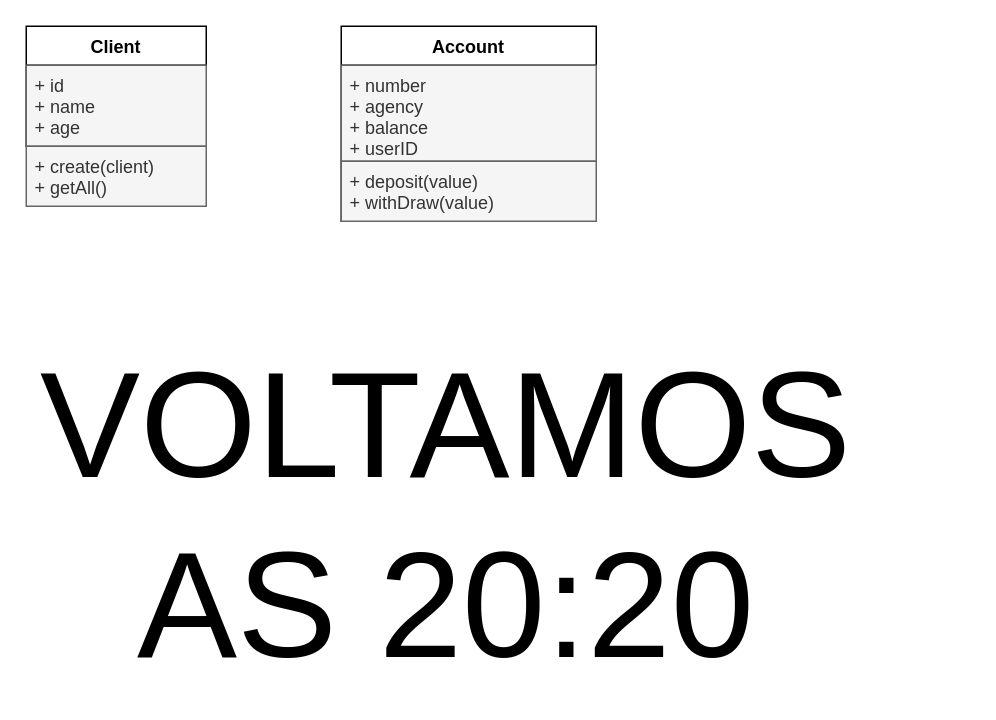
Earlier version of the draw.io diagram diagrams/driven-bank.drawio (T07-Driven/driven-bank). Source tidied: cells renumbered, new cells numbered last; positions are measured from the earlier drawing's top-left corner, leaving out a move shared by most shapes. Both pictures are drawn from the tidied source at 150%, with x=0, y=0 at pixel (26, 26).
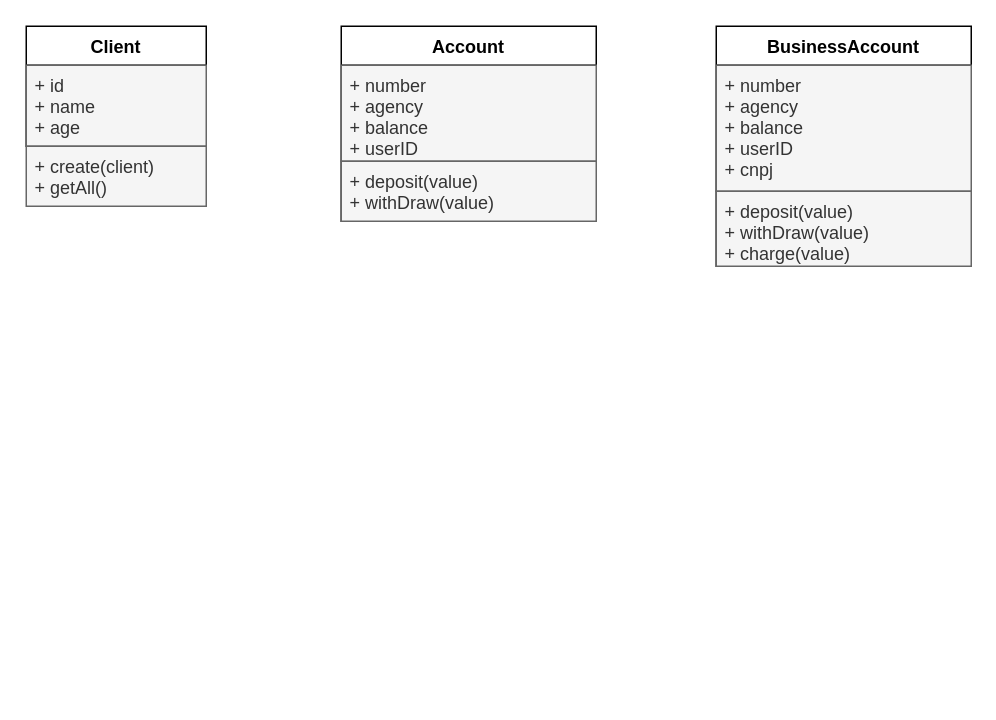
After the change.

The edit, as a diff of the source:
```diff
@@
 <mxGraphModel>
   <root>
     <mxCell id="0" />
     <mxCell id="1" parent="0" />
     <mxCell id="2" value="Client" style="swimlane;fontStyle=1;align=center;verticalAlign=top;horizontal=1;startSize=26;" parent="1" vertex="1">
       <mxGeometry width="120" height="80" as="geometry" />
     </mxCell>
     <mxCell id="3" value="+ id&#10;+ name&#10;+ age" style="text;align=left;verticalAlign=top;spacingLeft=4;spacingRight=4;overflow=hidden;fillColor=#f5f5f5;fontColor=#333333;strokeColor=#666666;" parent="2" vertex="1">
       <mxGeometry y="26" width="120" height="54" as="geometry" />
     </mxCell>
     <mxCell id="4" value="Account" style="swimlane;fontStyle=1;align=center;verticalAlign=top;horizontal=1;startSize=26;" parent="1" vertex="1">
       <mxGeometry x="210" width="170" height="130" as="geometry" />
     </mxCell>
     <mxCell id="5" value="+ number&#10;+ agency&#10;+ balance&#10;+ userID" style="text;align=left;verticalAlign=top;spacingLeft=4;spacingRight=4;overflow=hidden;fillColor=#f5f5f5;fontColor=#333333;strokeColor=#666666;" parent="4" vertex="1">
       <mxGeometry y="26" width="170" height="64" as="geometry" />
     </mxCell>
     <mxCell id="6" value="+ deposit(value)&#10;+ withDraw(value)" style="text;strokeColor=#666666;fillColor=#f5f5f5;align=left;verticalAlign=top;spacingLeft=4;spacingRight=4;overflow=hidden;fontColor=#333333;" parent="4" vertex="1">
       <mxGeometry y="90" width="170" height="40" as="geometry" />
     </mxCell>
     <mxCell id="7" value="+ create(client)&#10;+ getAll()" style="text;strokeColor=#666666;fillColor=#f5f5f5;align=left;verticalAlign=top;spacingLeft=4;spacingRight=4;overflow=hidden;fontColor=#333333;" parent="1" vertex="1">
       <mxGeometry y="80" width="120" height="40" as="geometry" />
     </mxCell>
-    <mxCell id="8" value="VOLTAMOS AS 20:20" style="text;html=1;strokeColor=none;fillColor=none;align=center;verticalAlign=middle;whiteSpace=wrap;rounded=0;strokeWidth=4;fontSize=100;" parent="1" vertex="1">
-      <mxGeometry x="170" y="310" width="220" height="30" as="geometry" />
+    <mxCell id="8" value="BusinessAccount" style="swimlane;fontStyle=1;align=center;verticalAlign=top;horizontal=1;startSize=26;" parent="1" vertex="1">
+      <mxGeometry x="460" width="170" height="160" as="geometry" />
     </mxCell>
+    <mxCell id="9" value="+ number&#10;+ agency&#10;+ balance&#10;+ userID&#10;+ cnpj" style="text;align=left;verticalAlign=top;spacingLeft=4;spacingRight=4;overflow=hidden;fillColor=#f5f5f5;fontColor=#333333;strokeColor=#666666;" parent="8" vertex="1">
+      <mxGeometry y="26" width="170" height="84" as="geometry" />
+    </mxCell>
+    <mxCell id="10" value="+ deposit(value)&#10;+ withDraw(value)&#10;+ charge(value)" style="text;strokeColor=#666666;fillColor=#f5f5f5;align=left;verticalAlign=top;spacingLeft=4;spacingRight=4;overflow=hidden;fontColor=#333333;" parent="8" vertex="1">
+      <mxGeometry y="110" width="170" height="50" as="geometry" />
+    </mxCell>
   </root>
 </mxGraphModel>
```
